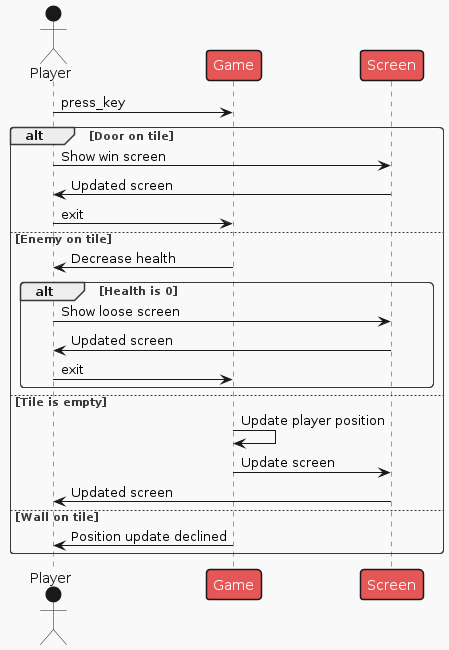
Earlier version of the PlantUML export docs/imgs/sequence.png (vikimova/lab1). The source it was exported from:
```plantuml
@startuml
!theme mars

actor Player as p
participant Game as g
participant Screen as s

p->g: press_key


alt Door on tile
    p->s: Show win screen
    s->p: Updated screen
    p->g: exit
else Enemy on tile
    g->p: Decrease health
    alt Health is 0
      p->s: Show loose screen
      s->p: Updated screen
      p->g: exit
    end
else Tile is empty
    g->g: Update player position
    g->s: Update screen
    s->p: Updated screen
else Wall on tile
    g->p: Position update declined
end
@enduml
```
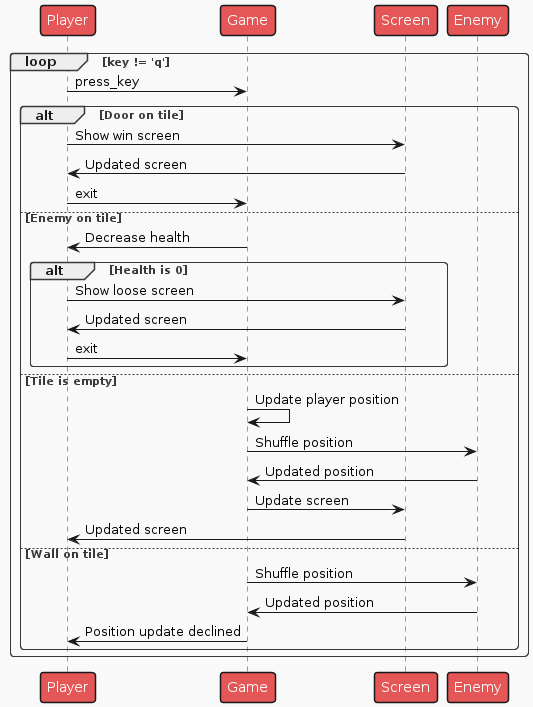
The same diagram one commit later.

The edit, as a diff of the source:
```diff
@@ -1,29 +1,35 @@
 @startuml
 !theme mars
 
-actor Player as p
+participant Player as p
 participant Game as g
 participant Screen as s
-
-p->g: press_key
+participant Enemy as e
 
 
-alt Door on tile
+loop key != 'q'
+  p->g: press_key
+  alt Door on tile
     p->s: Show win screen
     s->p: Updated screen
     p->g: exit
-else Enemy on tile
+  else Enemy on tile
     g->p: Decrease health
     alt Health is 0
       p->s: Show loose screen
       s->p: Updated screen
       p->g: exit
     end
-else Tile is empty
+  else Tile is empty
     g->g: Update player position
+    g->e: Shuffle position
+    e->g: Updated position
     g->s: Update screen
     s->p: Updated screen
-else Wall on tile
+  else Wall on tile
+    g->e: Shuffle position
+    e->g: Updated position
     g->p: Position update declined
+  end
 end
 @enduml
```
